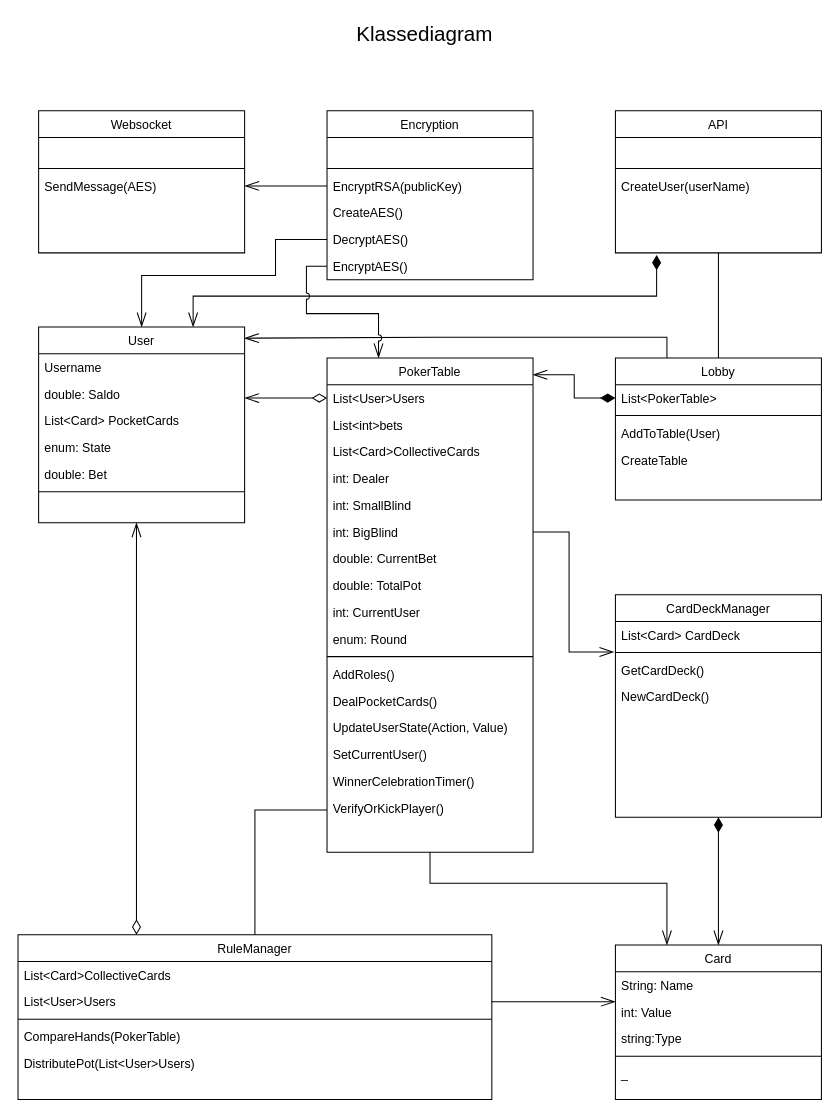
AndreasBollNielsen/PinkLadiesPoker_GameEngine keeps this draw.io diagram as Dokumentation/Klasse Diagram.drawio. Above is the earlier version. Source tidied: cells renumbered, new cells numbered last; positions are measured from the earlier drawing's top-left corner, leaving out a move shared by most shapes. Both pictures are drawn from the tidied source at 103%, with x=0, y=0 at pixel (18, 18).
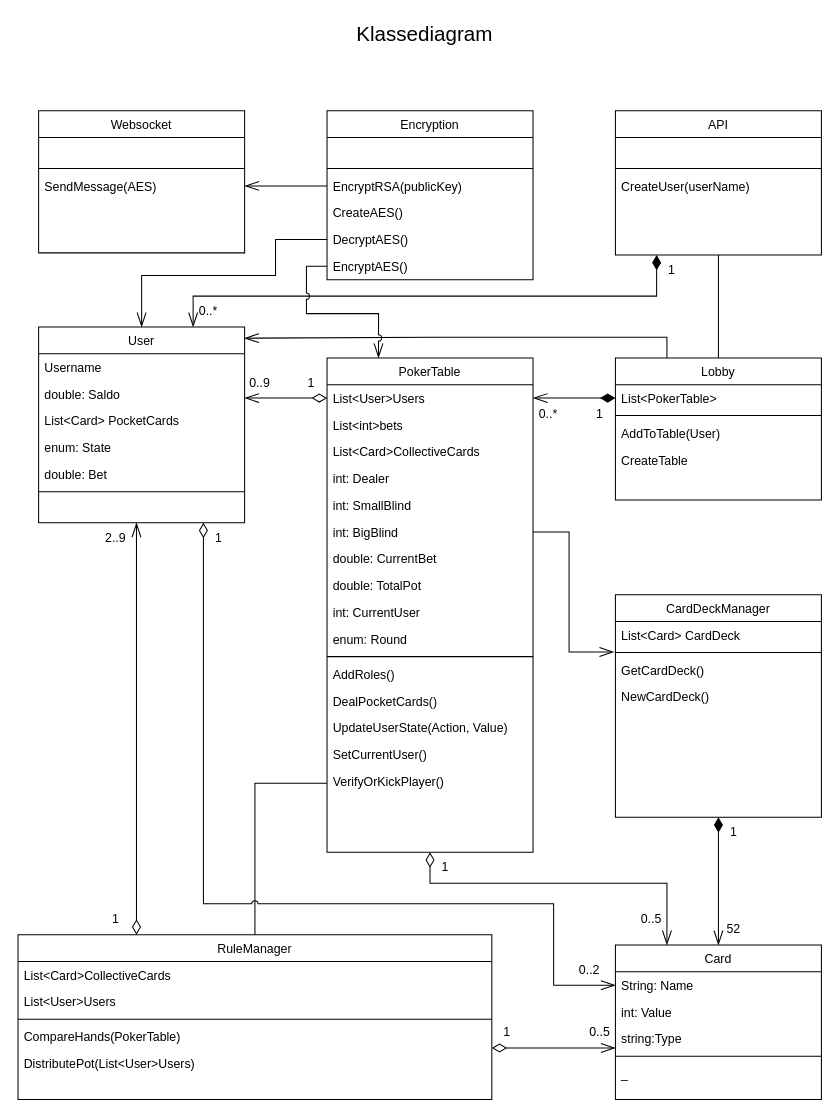
Above is the later version.

Commit message:
Added agregations to Class diagram

The change refers to these unchanged cells:
```xml
<mxCell id="4" value="List&lt;PokerTable&gt;" style="text;align=left;verticalAlign=top;spacingLeft=4;spacingRight=4;overflow=hidden;points=[[0,0.5],[1,0.5]];portConstraint=eastwest;" parent="3" vertex="1">
  <mxGeometry y="26" width="200" height="26" as="geometry" />
</mxCell>
<mxCell id="15" value="Card" style="swimlane;fontStyle=0;align=center;verticalAlign=top;horizontal=1;startSize=26;rounded=0;shadow=0;strokeWidth=1;" parent="1" vertex="1">
  <mxGeometry x="580" y="900" width="200" height="150" as="geometry" />
</mxCell>
<mxCell id="16" value="String: Name" style="text;align=left;verticalAlign=top;spacingLeft=4;spacingRight=4;overflow=hidden;points=[[0,0.5],[1,0.5]];portConstraint=eastwest;" parent="15" vertex="1">
  <mxGeometry y="26" width="200" height="26" as="geometry" />
</mxCell>
<mxCell id="17" value="int: Value" style="text;align=left;verticalAlign=top;spacingLeft=4;spacingRight=4;overflow=hidden;points=[[0,0.5],[1,0.5]];portConstraint=eastwest;rounded=0;shadow=0;html=0;" parent="15" vertex="1">
  <mxGeometry y="52" width="200" height="26" as="geometry" />
</mxCell>
<mxCell id="33" value="PokerTable" style="swimlane;fontStyle=0;align=center;verticalAlign=top;horizontal=1;startSize=26;rounded=0;shadow=0;strokeWidth=1;" parent="1" vertex="1">
  <mxGeometry x="300" y="330" width="200" height="480" as="geometry" />
</mxCell>
<mxCell id="34" value="List&lt;User&gt;Users" style="text;align=left;verticalAlign=top;spacingLeft=4;spacingRight=4;overflow=hidden;points=[[0,0.5],[1,0.5]];portConstraint=eastwest;" parent="33" vertex="1">
  <mxGeometry y="26" width="200" height="26" as="geometry" />
</mxCell>
<mxCell id="54" value="List&lt;User&gt;Users" style="text;align=left;verticalAlign=top;spacingLeft=4;spacingRight=4;overflow=hidden;points=[[0,0.5],[1,0.5]];portConstraint=eastwest;" parent="52" vertex="1">
  <mxGeometry y="52" width="460" height="26" as="geometry" />
</mxCell>
<mxCell id="65" value=" " style="text;align=left;verticalAlign=top;spacingLeft=4;spacingRight=4;overflow=hidden;points=[[0,0.5],[1,0.5]];portConstraint=eastwest;" parent="58" vertex="1">
  <mxGeometry y="164" width="200" height="26" as="geometry" />
</mxCell>
```

The edit, as a diff of the source:
```diff
@@
     <mxCell id="29" value="API" style="swimlane;fontStyle=0;align=center;verticalAlign=top;horizontal=1;startSize=26;rounded=0;shadow=0;strokeWidth=1;" parent="1" vertex="1">
-      <mxGeometry x="580" y="90" width="200" height="138" as="geometry" />
+      <mxGeometry x="580" y="90" width="200" height="140" as="geometry" />
     </mxCell>
@@
-    <mxCell id="49" value="WinnerCelebrationTimer()" style="text;align=left;verticalAlign=top;spacingLeft=4;spacingRight=4;overflow=hidden;" parent="33" vertex="1">
-      <mxGeometry y="398" width="200" height="26" as="geometry" />
-    </mxCell>
     <mxCell id="50" value="VerifyOrKickPlayer()" style="text;align=left;verticalAlign=top;spacingLeft=4;spacingRight=4;overflow=hidden;points=[[0,0.5],[1,0.5]];portConstraint=eastwest;" parent="33" vertex="1">
-      <mxGeometry y="424" width="200" height="30" as="geometry" />
+      <mxGeometry y="398" width="200" height="30" as="geometry" />
     </mxCell>
@@
-    <mxCell id="70" style="edgeStyle=orthogonalEdgeStyle;rounded=0;jettySize=auto;html=1;entryX=0.999;entryY=0.034;entryDx=0;entryDy=0;entryPerimeter=0;endArrow=openThin;endFill=0;endSize=12;startArrow=diamondThin;startFill=1;targetPerimeterSpacing=12;sourcePerimeterSpacing=12;startSize=12;exitX=0;exitY=0.5;exitDx=0;exitDy=0;" parent="1" edge="1" source="4" target="33">
+    <mxCell id="70" style="edgeStyle=orthogonalEdgeStyle;rounded=0;jettySize=auto;html=1;entryX=1;entryY=0.5;entryDx=0;entryDy=0;endArrow=openThin;endFill=0;endSize=12;startArrow=diamondThin;startFill=1;targetPerimeterSpacing=12;sourcePerimeterSpacing=12;startSize=12;exitX=0;exitY=0.5;exitDx=0;exitDy=0;" parent="1" edge="1" source="4" target="34">
       <mxGeometry relative="1" as="geometry" />
     </mxCell>
@@
-    <mxCell id="74" style="edgeStyle=orthogonalEdgeStyle;rounded=0;jettySize=auto;html=1;entryX=0.25;entryY=0;entryDx=0;entryDy=0;startArrow=none;startFill=0;endArrow=openThin;endFill=0;startSize=12;endSize=12;sourcePerimeterSpacing=12;targetPerimeterSpacing=12;" parent="1" edge="1" target="15">
+    <mxCell id="74" style="edgeStyle=orthogonalEdgeStyle;rounded=0;jettySize=auto;html=1;entryX=0.25;entryY=0;entryDx=0;entryDy=0;startArrow=diamondThin;startFill=0;endArrow=openThin;endFill=0;startSize=12;endSize=12;sourcePerimeterSpacing=12;targetPerimeterSpacing=12;" parent="1" edge="1" target="15">
       <mxGeometry relative="1" as="geometry">
         <mxPoint x="400" y="810" as="sourcePoint" />
         <Array as="points">
           <mxPoint x="400" y="840" />
           <mxPoint x="630" y="840" />
         </Array>
       </mxGeometry>
     </mxCell>
-    <mxCell id="75" style="edgeStyle=orthogonalEdgeStyle;rounded=0;jettySize=auto;html=1;entryX=0;entryY=0.115;entryDx=0;entryDy=0;entryPerimeter=0;startArrow=none;startFill=0;endArrow=openThin;endFill=0;startSize=12;endSize=12;sourcePerimeterSpacing=12;targetPerimeterSpacing=12;exitX=1;exitY=0.5;exitDx=0;exitDy=0;" parent="1" edge="1" source="54" target="17">
-      <mxGeometry relative="1" as="geometry" />
+    <mxCell id="75" style="edgeStyle=orthogonalEdgeStyle;rounded=0;orthogonalLoop=1;jettySize=auto;html=1;entryX=0;entryY=0.115;entryDx=0;entryDy=0;entryPerimeter=0;startArrow=diamondThin;startFill=0;endArrow=openThin;endFill=0;startSize=12;endSize=12;sourcePerimeterSpacing=12;targetPerimeterSpacing=12;exitX=1;exitY=0.5;exitDx=0;exitDy=0;" parent="1" edge="1">
+      <mxGeometry relative="1" as="geometry">
+        <mxPoint x="460" y="1000" as="sourcePoint" />
+        <mxPoint x="580" y="1000" as="targetPoint" />
+      </mxGeometry>
     </mxCell>
@@
+    <mxCell id="80" style="edgeStyle=orthogonalEdgeStyle;html=1;entryX=0;entryY=0.5;entryDx=0;entryDy=0;endArrow=openThin;rounded=0;startArrow=diamondThin;startFill=0;endFill=0;startSize=12;endSize=12;sourcePerimeterSpacing=12;targetPerimeterSpacing=12;exitX=0.8;exitY=1.002;exitDx=0;exitDy=0;exitPerimeter=0;jumpStyle=arc;" parent="1" edge="1" source="65" target="16">
+      <mxGeometry relative="1" as="geometry">
+        <Array as="points">
+          <mxPoint x="180" y="860" />
+          <mxPoint x="520" y="860" />
+          <mxPoint x="520" y="939" />
+        </Array>
+      </mxGeometry>
+    </mxCell>
+    <mxCell id="81" value="1" style="text;html=1;strokeColor=none;fillColor=none;align=center;verticalAlign=middle;whiteSpace=wrap;rounded=0;" parent="1" vertex="1">
+      <mxGeometry x="180" y="490" width="30" height="30" as="geometry" />
+    </mxCell>
+    <mxCell id="82" value="0..2" style="text;html=1;strokeColor=none;fillColor=none;align=center;verticalAlign=middle;whiteSpace=wrap;rounded=0;" parent="1" vertex="1">
+      <mxGeometry x="540" y="910" width="30" height="30" as="geometry" />
+    </mxCell>
+    <mxCell id="83" value="1" style="text;html=1;strokeColor=none;fillColor=none;align=center;verticalAlign=middle;whiteSpace=wrap;rounded=0;" parent="1" vertex="1">
+      <mxGeometry x="400" y="810" width="30" height="30" as="geometry" />
+    </mxCell>
+    <mxCell id="84" value="0..5" style="text;html=1;strokeColor=none;fillColor=none;align=center;verticalAlign=middle;whiteSpace=wrap;rounded=0;" parent="1" vertex="1">
+      <mxGeometry x="600" y="860" width="30" height="30" as="geometry" />
+    </mxCell>
+    <mxCell id="85" value="1" style="text;html=1;strokeColor=none;fillColor=none;align=center;verticalAlign=middle;whiteSpace=wrap;rounded=0;" parent="1" vertex="1">
+      <mxGeometry x="460" y="970" width="30" height="30" as="geometry" />
+    </mxCell>
+    <mxCell id="86" value="0..5" style="text;html=1;strokeColor=none;fillColor=none;align=center;verticalAlign=middle;whiteSpace=wrap;rounded=0;" parent="1" vertex="1">
+      <mxGeometry x="550" y="970" width="30" height="30" as="geometry" />
+    </mxCell>
+    <mxCell id="87" value="1" style="text;html=1;strokeColor=none;fillColor=none;align=center;verticalAlign=middle;whiteSpace=wrap;rounded=0;" parent="1" vertex="1">
+      <mxGeometry x="80" y="860" width="30" height="30" as="geometry" />
+    </mxCell>
+    <mxCell id="88" value="2..9" style="text;html=1;strokeColor=none;fillColor=none;align=center;verticalAlign=middle;whiteSpace=wrap;rounded=0;" parent="1" vertex="1">
+      <mxGeometry x="80" y="490" width="30" height="30" as="geometry" />
+    </mxCell>
+    <mxCell id="89" value="1" style="text;html=1;strokeColor=none;fillColor=none;align=center;verticalAlign=middle;whiteSpace=wrap;rounded=0;" parent="1" vertex="1">
+      <mxGeometry x="680" y="776" width="30" height="30" as="geometry" />
+    </mxCell>
+    <mxCell id="90" value="52" style="text;html=1;strokeColor=none;fillColor=none;align=center;verticalAlign=middle;whiteSpace=wrap;rounded=0;" parent="1" vertex="1">
+      <mxGeometry x="680" y="870" width="30" height="30" as="geometry" />
+    </mxCell>
+    <mxCell id="91" value="1" style="text;html=1;strokeColor=none;fillColor=none;align=center;verticalAlign=middle;whiteSpace=wrap;rounded=0;" parent="1" vertex="1">
+      <mxGeometry x="550" y="370" width="30" height="30" as="geometry" />
+    </mxCell>
+    <mxCell id="92" value="0..*" style="text;html=1;strokeColor=none;fillColor=none;align=center;verticalAlign=middle;whiteSpace=wrap;rounded=0;" parent="1" vertex="1">
+      <mxGeometry x="500" y="370" width="30" height="30" as="geometry" />
+    </mxCell>
+    <mxCell id="93" value="1" style="text;html=1;strokeColor=none;fillColor=none;align=center;verticalAlign=middle;whiteSpace=wrap;rounded=0;" parent="1" vertex="1">
+      <mxGeometry x="620" y="230" width="30" height="30" as="geometry" />
+    </mxCell>
+    <mxCell id="94" value="0..*" style="text;html=1;strokeColor=none;fillColor=none;align=center;verticalAlign=middle;whiteSpace=wrap;rounded=0;" parent="1" vertex="1">
+      <mxGeometry x="170" y="270" width="30" height="30" as="geometry" />
+    </mxCell>
+    <mxCell id="95" value="1" style="text;html=1;strokeColor=none;fillColor=none;align=center;verticalAlign=middle;whiteSpace=wrap;rounded=0;" parent="1" vertex="1">
+      <mxGeometry x="270" y="340" width="30" height="30" as="geometry" />
+    </mxCell>
+    <mxCell id="96" value="0..9" style="text;html=1;strokeColor=none;fillColor=none;align=center;verticalAlign=middle;whiteSpace=wrap;rounded=0;" parent="1" vertex="1">
+      <mxGeometry x="220" y="340" width="30" height="30" as="geometry" />
+    </mxCell>
```
